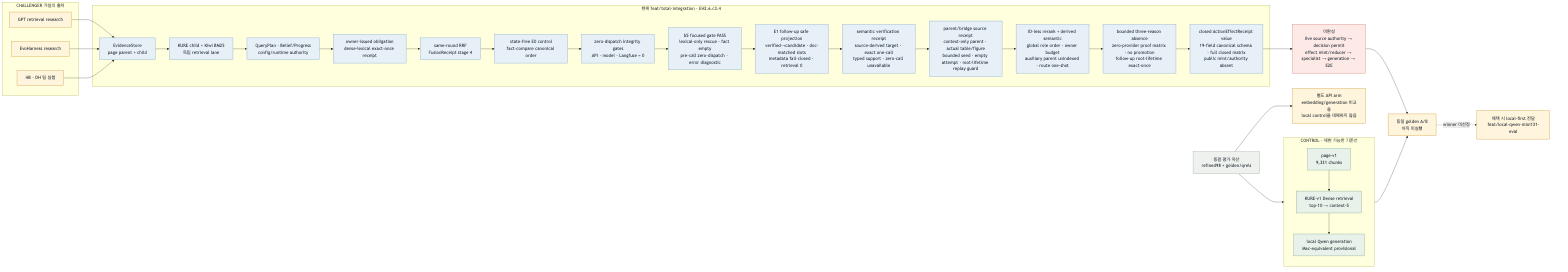
KongSeok/sprint-public-procurement-rag-assistant keeps this Mermaid diagram as fivecircles/architecture/specs/evidence-harness-progress-current-flow.png. Above is the earlier version. Its source is kept beside it as fivecircles/architecture/specs/evidence-harness-progress-current-flow.mmd. Source of this version:
```mermaid
flowchart LR
  GOLD["동결 평가 자산<br/>refined98 + golden/qrels"]

  subgraph CONTROL["CONTROL · 재현 가능한 기준선"]
    B1["page-v1<br/>9,331 chunks"]
    B2["KURE-v1 Dense retrieval<br/>top-10 → context-5"]
    B3["local Qwen generation<br/>Mac-equivalent provisional"]
    B1 --> B2 --> B3
  end

  API["별도 API arm<br/>embedding/generation 비교용<br/>local control을 대체하지 않음"]

  subgraph HYP["CHALLENGER 가설의 출처"]
    R1["GPT retrieval research"]
    R2["EvoHarness research"]
    R3["HB · DH 팀 실험"]
  end

  subgraph BUILD["현재 feat/total-integration · EH2.6.c3.4"]
    C1["EvidenceStore<br/>page parent + child"]
    C2["KURE child + Kiwi BM25<br/>독립 retrieval lane"]
    C3["QueryPlan · Belief/Progress<br/>config/runtime authority"]
    C4["owner-issued obligation<br/>dense·lexical exact-once receipt"]
    C5["same-round RRF<br/>FusionReceipt stage 4"]
    C6["state-free E0 control<br/>fact·compare canonical order"]
    C7["zero-dispatch integrity gates<br/>API · model · Langfuse = 0"]
    C8["b5 focused gate PASS<br/>lexical-only rescue · fact empty<br/>pre-call zero-dispatch · error diagnostic"]
    C9["E1 follow-up safe projection<br/>verified→candidate · doc-matched slots<br/>metadata fail-closed · retrieval 0"]
    C10["semantic verification receipt<br/>source-derived target · exact one-call<br/>typed support · zero-call unavailable"]
    C11["parent/bridge source receipt<br/>context-only parent · actual table/figure<br/>bounded seed · empty attempt · root-lifetime replay guard"]
    C12["ID-less rerank + derived semantic<br/>global role order · owner budget<br/>auxiliary parent unindexed · route one-shot"]
    C13["bounded three-reason absence<br/>zero-provider proof matrix · no promotion<br/>follow-up root-lifetime exact-once"]
    C14["closed ActionEffectReceipt value<br/>19-field canonical schema · full closed matrix<br/>public mint/authority absent"]
    C1 --> C2 --> C3 --> C4 --> C5 --> C6 --> C7 --> C8 --> C9 --> C10 --> C11 --> C12 --> C13 --> C14
  end

  GAP["미완성<br/>live source authority → decision permit<br/>effect mint/reducer → specialist → generation → E2E"]
  SELECT["동일 golden A/B<br/>아직 미실행"]
  LOCAL["채택 시 local-first 전달<br/>feat/local-qwen-mini131-eval"]

  GOLD --> CONTROL
  GOLD --> API
  R1 --> C1
  R2 --> C1
  R3 --> C1
  C14 --> GAP --> SELECT
  CONTROL --> SELECT
  SELECT -. "winner 미선정" .-> LOCAL

  classDef green fill:#e8f2ea,stroke:#8eb49a,color:#1f2933,stroke-width:1.5px
  classDef blue fill:#e8f0f7,stroke:#8fb4cf,color:#1f2933,stroke-width:1.5px
  classDef amber fill:#fff4dc,stroke:#d8aa53,color:#1f2933,stroke-width:1.5px
  classDef red fill:#fde9e6,stroke:#d98e84,color:#1f2933,stroke-width:1.5px
  classDef gray fill:#eef1ed,stroke:#aab5ad,color:#1f2933,stroke-width:1.5px
  class B1,B2,B3 green
  class C1,C2,C3,C4,C5,C6,C7,C8,C9,C10,C11,C12,C13,C14 blue
  class GOLD gray
  class R1,R2,R3,API amber
  class GAP red
  class SELECT,LOCAL amber
```
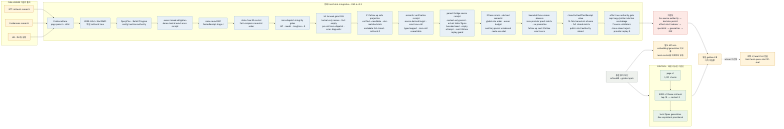
The same diagram one commit later.

Diff of the diagram source:
```diff
@@ -16,7 +16,7 @@
     R3["HB · DH 팀 실험"]
   end
 
-  subgraph BUILD["현재 feat/total-integration · EH2.6.c3.4"]
+  subgraph BUILD["현재 feat/total-integration · EH2.6.c3.5"]
     C1["EvidenceStore<br/>page parent + child"]
     C2["KURE child + Kiwi BM25<br/>독립 retrieval lane"]
     C3["QueryPlan · Belief/Progress<br/>config/runtime authority"]
@@ -31,7 +31,8 @@
     C12["ID-less rerank + derived semantic<br/>global role order · owner budget<br/>auxiliary parent unindexed · route one-shot"]
     C13["bounded three-reason absence<br/>zero-provider proof matrix · no promotion<br/>follow-up root-lifetime exact-once"]
     C14["closed ActionEffectReceipt value<br/>19-field canonical schema · full closed matrix<br/>public mint/authority absent"]
-    C1 --> C2 --> C3 --> C4 --> C5 --> C6 --> C7 --> C8 --> C9 --> C10 --> C11 --> C12 --> C13 --> C14
+    C15["effect non-authority gate<br/>repr/copy/pickle/subclass nonleakage<br/>7 source validators clone·mixed reject · provider replay 0"]
+    C1 --> C2 --> C3 --> C4 --> C5 --> C6 --> C7 --> C8 --> C9 --> C10 --> C11 --> C12 --> C13 --> C14 --> C15
   end
 
   GAP["미완성<br/>live source authority → decision permit<br/>effect mint/reducer → specialist → generation → E2E"]
@@ -43,7 +44,7 @@
   R1 --> C1
   R2 --> C1
   R3 --> C1
-  C14 --> GAP --> SELECT
+  C15 --> GAP --> SELECT
   CONTROL --> SELECT
   SELECT -. "winner 미선정" .-> LOCAL
 
@@ -53,7 +54,7 @@
   classDef red fill:#fde9e6,stroke:#d98e84,color:#1f2933,stroke-width:1.5px
   classDef gray fill:#eef1ed,stroke:#aab5ad,color:#1f2933,stroke-width:1.5px
   class B1,B2,B3 green
-  class C1,C2,C3,C4,C5,C6,C7,C8,C9,C10,C11,C12,C13,C14 blue
+  class C1,C2,C3,C4,C5,C6,C7,C8,C9,C10,C11,C12,C13,C14,C15 blue
   class GOLD gray
   class R1,R2,R3,API amber
   class GAP red
```
